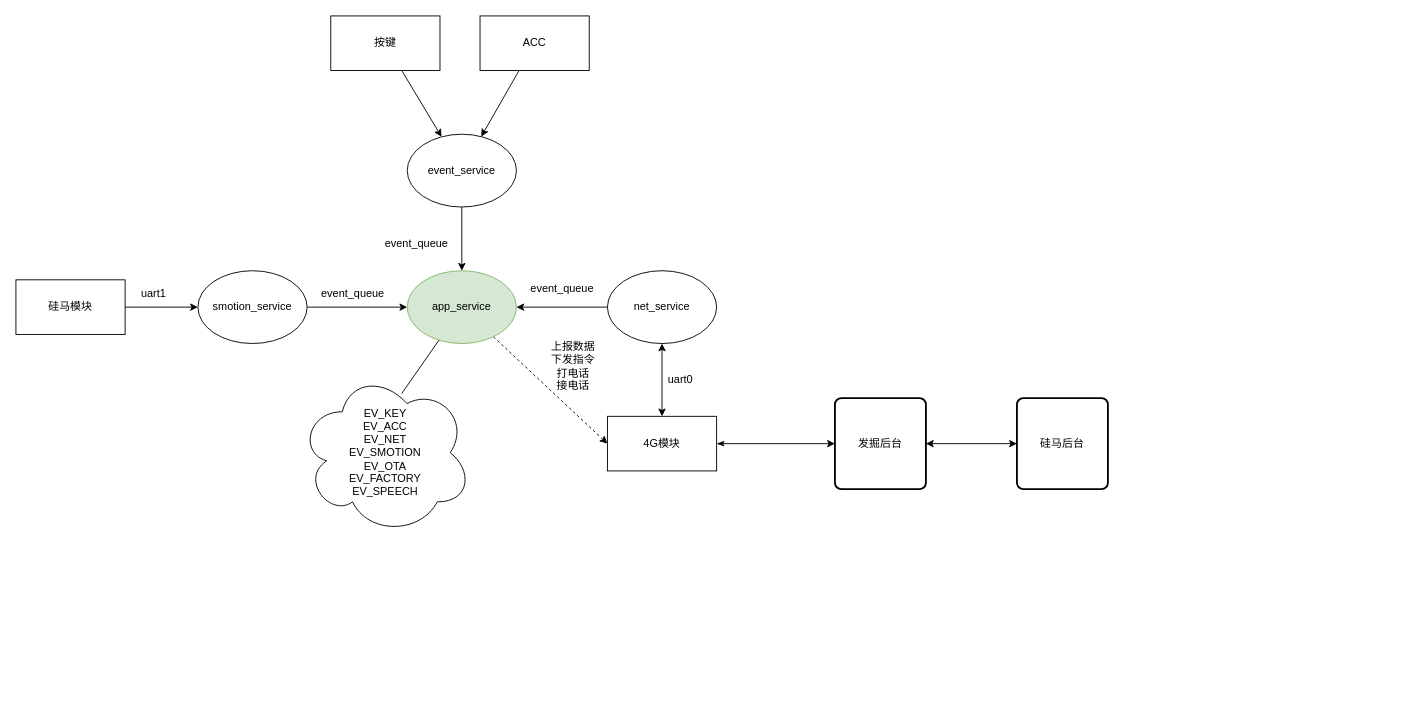
zhangmeizhen/test2 keeps this draw.io diagram as CP002.drawio. Above is the earlier version. Source tidied: cells renumbered, new cells numbered last; positions are measured from the earlier drawing's top-left corner, leaving out a move shared by most shapes. Both pictures are drawn from the tidied source at 91%, with x=0, y=0 at pixel (15, 15).
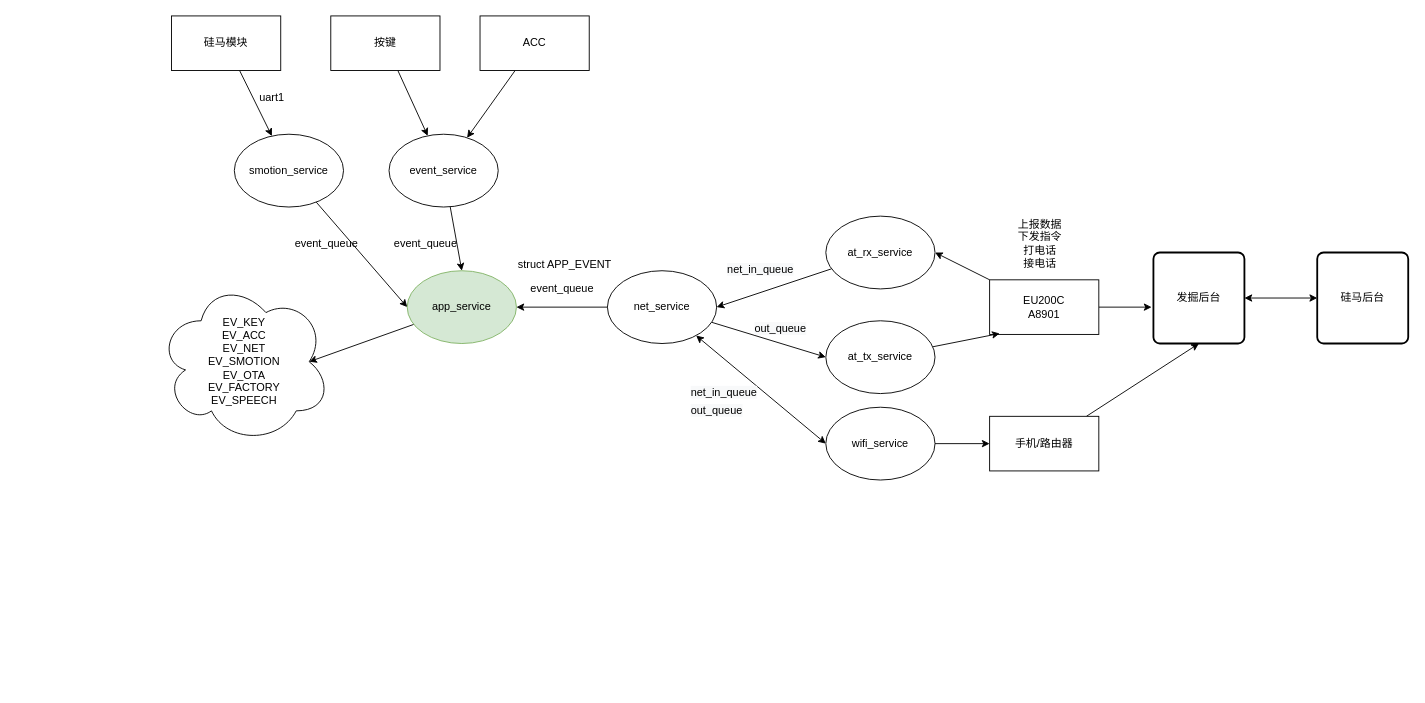
After the change.

Unchanged cells that the change refers to:
```xml
<mxCell id="10" value="app_service" style="ellipse;whiteSpace=wrap;html=1;fillColor=#d5e8d4;strokeColor=#82b366;" parent="1" vertex="1">
  <mxGeometry x="430" y="280" width="120" height="80" as="geometry" />
</mxCell>
<mxCell id="14" value="net_service" style="ellipse;whiteSpace=wrap;html=1;" parent="1" vertex="1">
  <mxGeometry x="650" y="280" width="120" height="80" as="geometry" />
</mxCell>
```

Change to the diagram source:
```diff
@@
-    <mxCell id="2" style="edgeStyle=none;rounded=0;jettySize=auto;html=1;entryX=0;entryY=0.5;entryDx=0;entryDy=0;startArrow=classic;startFill=1;" parent="1" edge="1" source="3" target="18">
-      <mxGeometry relative="1" as="geometry" />
-    </mxCell>
-    <mxCell id="3" value="发掘后台" style="rounded=1;whiteSpace=wrap;html=1;absoluteArcSize=1;arcSize=14;strokeWidth=2;" parent="1" vertex="1">
-      <mxGeometry x="900" y="420" width="100" height="100" as="geometry" />
-    </mxCell>
@@
     <mxCell id="5" value="&lt;span&gt;smotion_service&lt;/span&gt;" style="ellipse;whiteSpace=wrap;html=1;" parent="1" vertex="1">
-      <mxGeometry x="200" y="280" width="120" height="80" as="geometry" />
+      <mxGeometry x="240" y="130" width="120" height="80" as="geometry" />
     </mxCell>
-    <mxCell id="6" style="edgeStyle=none;rounded=0;jettySize=auto;html=1;entryX=0;entryY=0.5;entryDx=0;entryDy=0;" parent="1" edge="1" source="7" target="5">
+    <mxCell id="6" style="edgeStyle=none;rounded=0;jettySize=auto;html=1;" parent="1" edge="1" source="7" target="5">
       <mxGeometry relative="1" as="geometry" />
     </mxCell>
     <mxCell id="7" value="硅马模块" style="rounded=0;whiteSpace=wrap;html=1;" parent="1" vertex="1">
-      <mxGeometry y="290" width="120" height="60" as="geometry" />
+      <mxGeometry x="171" width="120" height="60" as="geometry" />
     </mxCell>
     <mxCell id="8" value="uart1" style="text;html=1;align=center;verticalAlign=middle;" parent="1" vertex="1">
-      <mxGeometry x="131" y="295" width="40" height="20" as="geometry" />
+      <mxGeometry x="261" y="80" width="40" height="20" as="geometry" />
     </mxCell>
-    <mxCell id="9" style="rounded=0;jettySize=auto;html=1;entryX=0;entryY=0.5;entryDx=0;entryDy=0;startArrow=none;startFill=0;dashed=1;" parent="1" edge="1" source="10" target="16">
-      <mxGeometry relative="1" as="geometry" />
-    </mxCell>
+    <mxCell id="30" style="edgeStyle=none;rounded=0;jettySize=auto;html=1;entryX=0.875;entryY=0.5;entryDx=0;entryDy=0;entryPerimeter=0;startArrow=none;startFill=0;" parent="1" edge="1" source="10" target="24">
+      <mxGeometry relative="1" as="geometry" />
+    </mxCell>
@@
     <mxCell id="11" value="event_queue" style="text;html=1;align=center;verticalAlign=middle;" parent="1" vertex="1">
-      <mxGeometry x="330" y="295" width="80" height="20" as="geometry" />
+      <mxGeometry x="301" y="240" width="80" height="20" as="geometry" />
     </mxCell>
@@
-    <mxCell id="13" style="edgeStyle=none;rounded=0;jettySize=auto;html=1;entryX=0.5;entryY=0;entryDx=0;entryDy=0;startArrow=classic;startFill=1;" parent="1" edge="1" source="14" target="16">
-      <mxGeometry relative="1" as="geometry" />
-    </mxCell>
+    <mxCell id="31" style="rounded=0;jettySize=auto;html=1;entryX=0;entryY=0.5;entryDx=0;entryDy=0;startArrow=classic;startFill=1;" parent="1" edge="1" source="14" target="44">
+      <mxGeometry relative="1" as="geometry" />
+    </mxCell>
+    <mxCell id="32" style="edgeStyle=none;rounded=0;jettySize=auto;html=1;entryX=0;entryY=0.5;entryDx=0;entryDy=0;startArrow=none;startFill=0;" parent="1" edge="1" source="14" target="41">
+      <mxGeometry relative="1" as="geometry" />
+    </mxCell>
@@
-    <mxCell id="15" style="edgeStyle=none;rounded=0;jettySize=auto;html=1;entryX=0;entryY=0.5;entryDx=0;entryDy=0;startArrow=classicThin;startFill=1;" parent="1" edge="1" source="16" target="3">
-      <mxGeometry relative="1" as="geometry" />
-    </mxCell>
-    <mxCell id="16" value="4G模块" style="rounded=0;whiteSpace=wrap;html=1;" parent="1" vertex="1">
-      <mxGeometry x="650" y="440" width="120" height="60" as="geometry" />
-    </mxCell>
-    <mxCell id="17" value="uart0" style="text;html=1;align=center;verticalAlign=middle;" parent="1" vertex="1">
-      <mxGeometry x="710" y="390" width="40" height="20" as="geometry" />
-    </mxCell>
-    <mxCell id="18" value="硅马后台" style="rounded=1;whiteSpace=wrap;html=1;absoluteArcSize=1;arcSize=14;strokeWidth=2;" parent="1" vertex="1">
-      <mxGeometry x="1100" y="420" width="100" height="100" as="geometry" />
-    </mxCell>
@@
     <mxCell id="21" value="event_queue" style="text;html=1;align=center;verticalAlign=middle;" parent="1" vertex="1">
-      <mxGeometry x="400" y="240" width="80" height="20" as="geometry" />
+      <mxGeometry x="410" y="240" width="80" height="20" as="geometry" />
     </mxCell>
@@
     <mxCell id="23" value="上报数据&lt;br&gt;下发指令&lt;br&gt;打电话&lt;br&gt;接电话" style="text;html=1;align=center;verticalAlign=middle;" parent="1" vertex="1">
-      <mxGeometry x="582" y="355" width="60" height="60" as="geometry" />
+      <mxGeometry x="1095" y="220" width="60" height="60" as="geometry" />
     </mxCell>
     <mxCell id="24" value="EV_KEY&lt;br&gt;EV_ACC&lt;br&gt;EV_NET&lt;br&gt;EV_SMOTION&lt;br&gt;EV_OTA&lt;br&gt;EV_FACTORY&lt;br&gt;EV_SPEECH" style="ellipse;shape=cloud;whiteSpace=wrap;html=1;" parent="1" vertex="1">
-      <mxGeometry x="311" y="390" width="190" height="180" as="geometry" />
+      <mxGeometry x="156" y="290" width="190" height="180" as="geometry" />
     </mxCell>
-    <mxCell id="25" style="endArrow=none;html=1;exitX=0.595;exitY=0.138;exitDx=0;exitDy=0;exitPerimeter=0;" parent="1" edge="1" source="24" target="10">
-      <mxGeometry relative="1" as="geometry" />
-    </mxCell>
@@
     <mxCell id="29" value="event_service" style="ellipse;whiteSpace=wrap;html=1;" parent="1" vertex="1">
-      <mxGeometry x="430" y="130" width="120" height="80" as="geometry" />
+      <mxGeometry x="410" y="130" width="120" height="80" as="geometry" />
     </mxCell>
+    <mxCell id="33" value="struct APP_EVENT" style="text;whiteSpace=wrap;html=1;" parent="1" vertex="1">
+      <mxGeometry x="550" y="260" width="120" height="30" as="geometry" />
+    </mxCell>
+    <mxCell id="34" style="edgeStyle=none;rounded=0;orthogonalLoop=1;jettySize=auto;html=1;exitX=0.25;exitY=1;exitDx=0;exitDy=0;" parent="1" edge="1">
+      <mxGeometry relative="1" as="geometry">
+        <mxPoint x="342.5" y="730" as="sourcePoint" />
+        <mxPoint x="342.5" y="730" as="targetPoint" />
+      </mxGeometry>
+    </mxCell>
+    <mxCell id="35" style="edgeStyle=none;rounded=0;jettySize=auto;html=1;entryX=1;entryY=0.5;entryDx=0;entryDy=0;" parent="1" edge="1" source="36" target="14">
+      <mxGeometry relative="1" as="geometry" />
+    </mxCell>
+    <mxCell id="36" value="at_rx_service" style="ellipse;whiteSpace=wrap;html=1;" parent="1" vertex="1">
+      <mxGeometry x="890" y="220" width="120" height="80" as="geometry" />
+    </mxCell>
+    <mxCell id="37" style="edgeStyle=none;rounded=0;jettySize=auto;html=1;entryX=1;entryY=0.5;entryDx=0;entryDy=0;" parent="1" edge="1" source="39" target="36">
+      <mxGeometry relative="1" as="geometry" />
+    </mxCell>
+    <mxCell id="38" style="edgeStyle=none;rounded=0;jettySize=auto;html=1;entryX=-0.02;entryY=0.6;entryDx=0;entryDy=0;entryPerimeter=0;" parent="1" edge="1" source="39" target="3">
+      <mxGeometry relative="1" as="geometry" />
+    </mxCell>
+    <mxCell id="39" value="EU200C&lt;br&gt;A8901" style="rounded=0;whiteSpace=wrap;html=1;" parent="1" vertex="1">
+      <mxGeometry x="1070" y="290" width="120" height="60" as="geometry" />
+    </mxCell>
+    <mxCell id="40" style="edgeStyle=none;rounded=0;jettySize=auto;html=1;entryX=0.092;entryY=0.983;entryDx=0;entryDy=0;entryPerimeter=0;" parent="1" edge="1" source="41" target="39">
+      <mxGeometry relative="1" as="geometry" />
+    </mxCell>
+    <mxCell id="41" value="at_tx_service" style="ellipse;whiteSpace=wrap;html=1;" parent="1" vertex="1">
+      <mxGeometry x="890" y="335" width="120" height="80" as="geometry" />
+    </mxCell>
+    <mxCell id="2" style="edgeStyle=none;rounded=0;jettySize=auto;html=1;entryX=0;entryY=0.5;entryDx=0;entryDy=0;startArrow=classic;startFill=1;" parent="1" edge="1" source="3" target="18">
+      <mxGeometry relative="1" as="geometry" />
+    </mxCell>
+    <mxCell id="3" value="发掘后台" style="rounded=1;whiteSpace=wrap;html=1;absoluteArcSize=1;arcSize=14;strokeWidth=2;" parent="1" vertex="1">
+      <mxGeometry x="1250" y="260" width="100" height="100" as="geometry" />
+    </mxCell>
+    <mxCell id="18" value="硅马后台" style="rounded=1;whiteSpace=wrap;html=1;absoluteArcSize=1;arcSize=14;strokeWidth=2;" parent="1" vertex="1">
+      <mxGeometry x="1430" y="260" width="100" height="100" as="geometry" />
+    </mxCell>
+    <mxCell id="42" value="&lt;span style=&quot;color: rgb(0, 0, 0); font-family: helvetica; font-size: 12px; font-style: normal; font-weight: 400; letter-spacing: normal; text-align: left; text-indent: 0px; text-transform: none; word-spacing: 0px; background-color: rgb(248, 249, 250); display: inline; float: none;&quot;&gt;net_in_queue&lt;/span&gt;" style="text;whiteSpace=wrap;html=1;" parent="1" vertex="1">
+      <mxGeometry x="780" y="265" width="100" height="30" as="geometry" />
+    </mxCell>
+    <mxCell id="43" style="edgeStyle=none;rounded=0;jettySize=auto;html=1;entryX=0;entryY=0.5;entryDx=0;entryDy=0;" parent="1" edge="1" source="44" target="46">
+      <mxGeometry relative="1" as="geometry" />
+    </mxCell>
+    <mxCell id="44" value="wifi_service" style="ellipse;whiteSpace=wrap;html=1;" parent="1" vertex="1">
+      <mxGeometry x="890" y="430" width="120" height="80" as="geometry" />
+    </mxCell>
+    <mxCell id="45" style="edgeStyle=none;rounded=0;jettySize=auto;html=1;entryX=0.5;entryY=1;entryDx=0;entryDy=0;" parent="1" edge="1" source="46" target="3">
+      <mxGeometry relative="1" as="geometry" />
+    </mxCell>
+    <mxCell id="46" value="手机/路由器" style="rounded=0;whiteSpace=wrap;html=1;" parent="1" vertex="1">
+      <mxGeometry x="1070" y="440" width="120" height="60" as="geometry" />
+    </mxCell>
+    <mxCell id="47" value="&lt;span style=&quot;color: rgb(0, 0, 0); font-family: helvetica; font-size: 12px; font-style: normal; font-weight: 400; letter-spacing: normal; text-align: left; text-indent: 0px; text-transform: none; word-spacing: 0px; background-color: rgb(248, 249, 250); display: inline; float: none;&quot;&gt;net_in_queue&lt;/span&gt;" style="text;whiteSpace=wrap;html=1;" parent="1" vertex="1">
+      <mxGeometry x="740" y="400" width="100" height="30" as="geometry" />
+    </mxCell>
+    <mxCell id="48" style="edgeStyle=none;rounded=0;orthogonalLoop=1;jettySize=auto;html=1;exitX=0.25;exitY=1;exitDx=0;exitDy=0;startArrow=classic;startFill=1;" parent="1" edge="1" source="47" target="47">
+      <mxGeometry relative="1" as="geometry" />
+    </mxCell>
+    <mxCell id="49" value="&lt;span style=&quot;color: rgb(0, 0, 0); font-family: helvetica; font-size: 12px; font-style: normal; font-weight: 400; letter-spacing: normal; text-align: left; text-indent: 0px; text-transform: none; word-spacing: 0px; background-color: rgb(248, 249, 250); display: inline; float: none;&quot;&gt;out_queue&lt;/span&gt;" style="text;whiteSpace=wrap;html=1;" parent="1" vertex="1">
+      <mxGeometry x="810" y="330" width="80" height="30" as="geometry" />
+    </mxCell>
+    <mxCell id="50" value="&lt;span style=&quot;color: rgb(0, 0, 0); font-family: helvetica; font-size: 12px; font-style: normal; font-weight: 400; letter-spacing: normal; text-align: left; text-indent: 0px; text-transform: none; word-spacing: 0px; background-color: rgb(248, 249, 250); display: inline; float: none;&quot;&gt;out_queue&lt;/span&gt;" style="text;whiteSpace=wrap;html=1;" parent="1" vertex="1">
+      <mxGeometry x="740" y="420" width="80" height="30" as="geometry" />
+    </mxCell>
```
